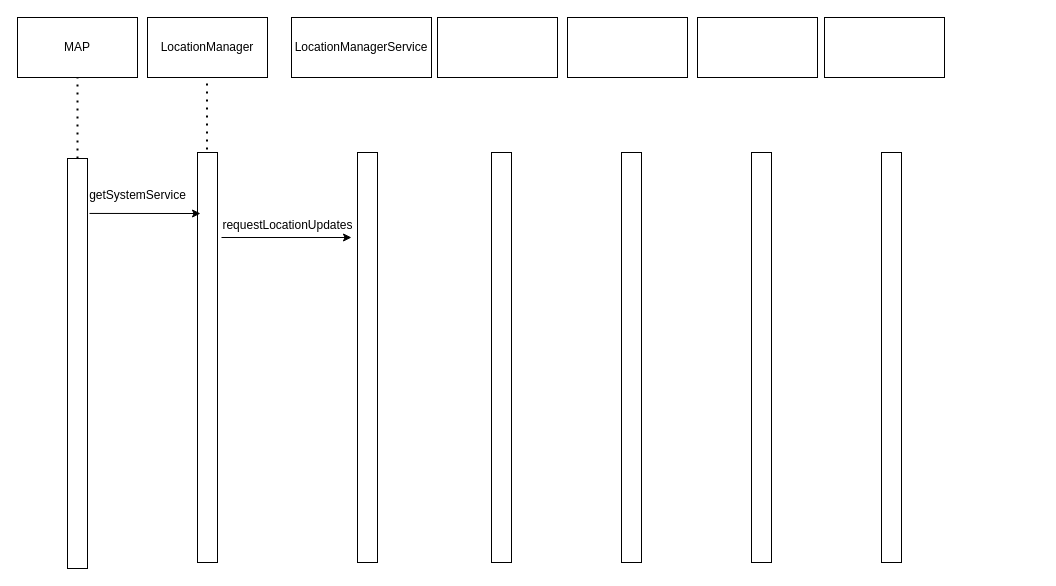
helenzhang2010/doc keeps this draw.io diagram as gps启动流程.drawio. Above is the earlier version. Source tidied: cells renumbered, new cells numbered last; positions are measured from the earlier drawing's top-left corner, leaving out a move shared by most shapes. Both pictures are drawn from the tidied source at 100%, with x=0, y=0 at pixel (17, 17).
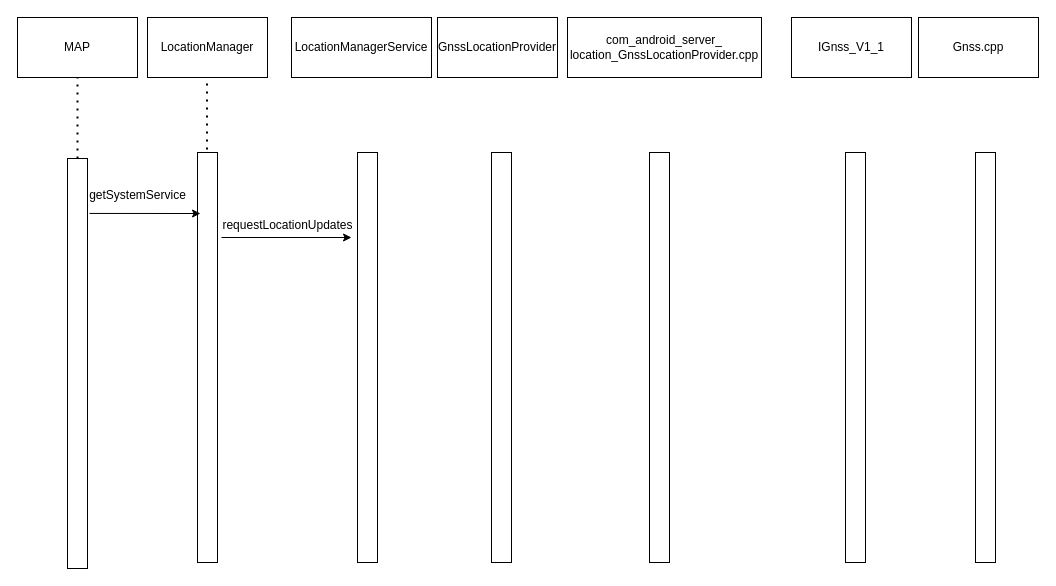
After the change.

Commit message (it also covers changes not shown here):
更新gps启动流程.drawio

Change to the diagram source:
```diff
@@
-    <mxCell id="5" style="rounded=0;whiteSpace=wrap;html=1;" parent="1" vertex="1">
+    <mxCell id="5" value="GnssLocationProvider" style="rounded=0;whiteSpace=wrap;html=1;" parent="1" vertex="1">
       <mxGeometry x="420" width="120" height="60" as="geometry" />
     </mxCell>
-    <mxCell id="6" style="rounded=0;whiteSpace=wrap;html=1;" parent="1" vertex="1">
-      <mxGeometry x="550" width="120" height="60" as="geometry" />
+    <mxCell id="6" value="&lt;span style=&quot;&quot;&gt;com_android_server_&lt;br&gt;location_GnssLocationProvider.cpp&lt;/span&gt;" style="rounded=0;whiteSpace=wrap;html=1;" parent="1" vertex="1">
+      <mxGeometry x="550" width="194" height="60" as="geometry" />
     </mxCell>
-    <mxCell id="7" style="rounded=0;whiteSpace=wrap;html=1;" parent="1" vertex="1">
-      <mxGeometry x="680" width="120" height="60" as="geometry" />
+    <mxCell id="7" value="IGnss_V1_1" style="rounded=0;whiteSpace=wrap;html=1;" parent="1" vertex="1">
+      <mxGeometry x="774" width="120" height="60" as="geometry" />
     </mxCell>
-    <mxCell id="8" style="rounded=0;whiteSpace=wrap;html=1;" parent="1" vertex="1">
-      <mxGeometry x="807" width="120" height="60" as="geometry" />
+    <mxCell id="8" value="Gnss.cpp" style="rounded=0;whiteSpace=wrap;html=1;" parent="1" vertex="1">
+      <mxGeometry x="901" width="120" height="60" as="geometry" />
     </mxCell>
@@
     <mxCell id="17" style="rounded=0;whiteSpace=wrap;html=1;horizontal=0;" parent="1" vertex="1">
-      <mxGeometry x="604" y="135" width="20" height="410" as="geometry" />
+      <mxGeometry x="632" y="135" width="20" height="410" as="geometry" />
     </mxCell>
     <mxCell id="18" style="rounded=0;whiteSpace=wrap;html=1;horizontal=0;" parent="1" vertex="1">
-      <mxGeometry x="734" y="135" width="20" height="410" as="geometry" />
+      <mxGeometry x="828" y="135" width="20" height="410" as="geometry" />
     </mxCell>
     <mxCell id="19" style="rounded=0;whiteSpace=wrap;html=1;horizontal=0;" parent="1" vertex="1">
-      <mxGeometry x="864" y="135" width="20" height="410" as="geometry" />
+      <mxGeometry x="958" y="135" width="20" height="410" as="geometry" />
     </mxCell>
```
